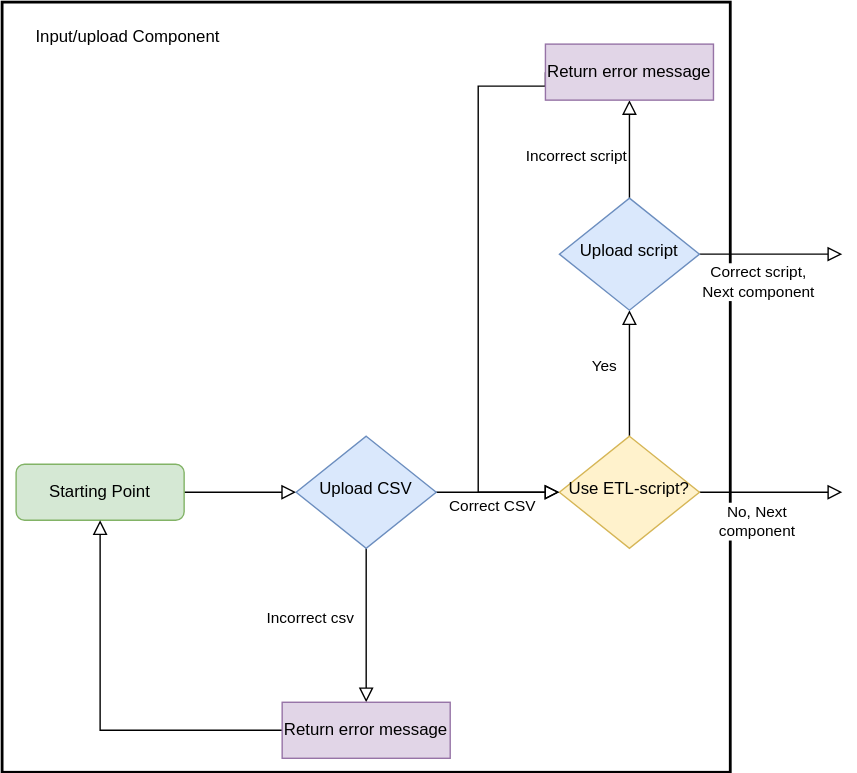
This is docs/img/ImportComponent.svg from pldn/LDWizard-old, a draw.io export, as it was before one commit. Source tidied: cells renumbered, new cells last; positions are measured from the earlier drawing's top-left corner, leaving out a move shared by most shapes.
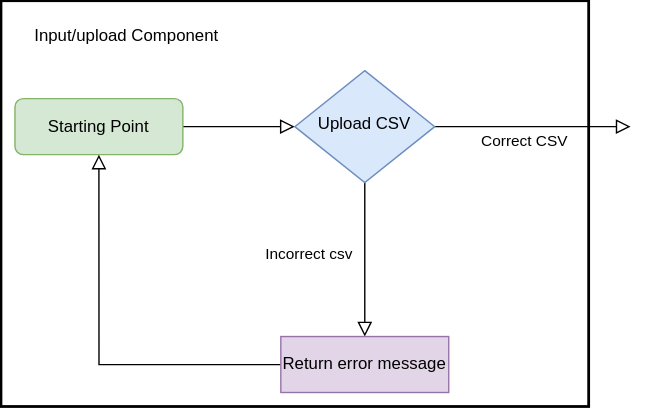
After the change.

Change to the diagram source:
```diff
@@ -3,7 +3,7 @@
     <mxCell id="0" />
     <mxCell id="1" parent="0" />
     <mxCell id="2" style="rounded=0;whiteSpace=wrap;html=1;strokeWidth=2;" parent="1" vertex="1">
-      <mxGeometry width="520" height="550" as="geometry" />
+      <mxGeometry y="260" width="420" height="290" as="geometry" />
     </mxCell>
     <mxCell id="3" style="rounded=0;html=1;jettySize=auto;fontSize=11;endArrow=block;endFill=0;endSize=8;strokeWidth=1;shadow=0;labelBackgroundColor=none;edgeStyle=orthogonalEdgeStyle;" parent="1" edge="1" source="4" target="7">
       <mxGeometry relative="1" as="geometry" />
@@ -11,8 +11,10 @@
     <mxCell id="4" value="Starting Point" style="rounded=1;whiteSpace=wrap;html=1;fontSize=12;glass=0;strokeWidth=1;shadow=0;fillColor=#d5e8d4;strokeColor=#82b366;" parent="1" vertex="1">
       <mxGeometry x="10" y="330" width="120" height="40" as="geometry" />
     </mxCell>
-    <mxCell id="5" value="Correct CSV" style="rounded=0;html=1;jettySize=auto;fontSize=11;endArrow=block;endFill=0;endSize=8;strokeWidth=1;shadow=0;labelBackgroundColor=none;edgeStyle=orthogonalEdgeStyle;" parent="1" edge="1" source="7" target="13">
-      <mxGeometry x="-0.09" y="-10" relative="1" as="geometry" />
+    <mxCell id="5" value="Correct CSV" style="rounded=0;html=1;jettySize=auto;fontSize=11;endArrow=block;endFill=0;endSize=8;strokeWidth=1;shadow=0;labelBackgroundColor=none;edgeStyle=orthogonalEdgeStyle;" parent="1" edge="1" source="7">
+      <mxGeometry x="-0.09" y="-10" relative="1" as="geometry">
+        <mxPoint x="450" y="350" as="targetPoint" />
+      </mxGeometry>
     </mxCell>
     <mxCell id="6" value="Incorrect csv" style="edgeStyle=orthogonalEdgeStyle;rounded=0;html=1;jettySize=auto;fontSize=11;endArrow=block;endFill=0;endSize=8;strokeWidth=1;shadow=0;labelBackgroundColor=none;" parent="1" edge="1" source="7" target="9">
       <mxGeometry x="-0.09" y="-40" relative="1" as="geometry" />
@@ -30,47 +32,8 @@
     <mxCell id="9" value="Return error message" style="rounded=0;whiteSpace=wrap;html=1;fontSize=12;glass=0;strokeWidth=1;shadow=0;fillColor=#e1d5e7;strokeColor=#9673a6;" parent="1" vertex="1">
       <mxGeometry x="200" y="500" width="120" height="40" as="geometry" />
     </mxCell>
-    <mxCell id="10" value="Yes" style="edgeStyle=orthogonalEdgeStyle;rounded=0;html=1;jettySize=auto;fontSize=11;endArrow=block;endFill=0;endSize=8;strokeWidth=1;shadow=0;labelBackgroundColor=none;entryX=0.5;entryY=1;entryDx=0;entryDy=0;" parent="1" edge="1" source="13" target="16">
-      <mxGeometry x="0.11" y="18" relative="1" as="geometry" />
+    <mxCell id="10" value="Input/upload Component" style="text;html=1;strokeColor=none;fillColor=none;align=center;verticalAlign=middle;whiteSpace=wrap;rounded=0;" parent="1" vertex="1">
+      <mxGeometry x="10" y="270" width="160" height="30" as="geometry" />
     </mxCell>
-    <mxCell id="11" style="edgeStyle=orthogonalEdgeStyle;rounded=0;jettySize=auto;html=1;exitX=1;exitY=0.5;exitDx=0;exitDy=0;endArrow=block;endFill=0;endSize=8;" parent="1" edge="1" source="13">
-      <mxGeometry relative="1" as="geometry">
-        <mxPoint x="600" y="350" as="targetPoint" />
-      </mxGeometry>
-    </mxCell>
-    <mxCell id="12" value="No, Next &lt;br&gt;&lt;div&gt;component&lt;/div&gt;" style="edgeLabel;html=1;align=center;verticalAlign=middle;" parent="11" vertex="1">
-      <mxGeometry x="-0.22" y="2" relative="1" as="geometry">
-        <mxPoint y="22" as="offset" />
-      </mxGeometry>
-    </mxCell>
-    <mxCell id="13" value="Use ETL-script?" style="rhombus;whiteSpace=wrap;html=1;shadow=0;fontFamily=Helvetica;fontSize=12;align=center;strokeWidth=1;spacing=6;spacingTop=-4;fillColor=#fff2cc;strokeColor=#d6b656;" parent="1" vertex="1">
-      <mxGeometry x="398" y="310" width="100" height="80" as="geometry" />
-    </mxCell>
-    <mxCell id="14" value="Incorrect script" style="edgeStyle=orthogonalEdgeStyle;rounded=0;html=1;jettySize=auto;fontSize=11;endArrow=block;endFill=0;endSize=8;strokeWidth=1;shadow=0;labelBackgroundColor=none;" parent="1" edge="1" source="16" target="18">
-      <mxGeometry x="-0.14" y="38" relative="1" as="geometry" />
-    </mxCell>
-    <mxCell id="15" value="Correct script,&lt;br&gt;Next component" style="edgeStyle=orthogonalEdgeStyle;rounded=0;jettySize=auto;html=1;exitX=1;exitY=0.5;exitDx=0;exitDy=0;endArrow=block;endFill=0;endSize=8;" parent="1" edge="1" source="16">
-      <mxGeometry x="-0.18" y="-20" relative="1" as="geometry">
-        <mxPoint x="600" y="180" as="targetPoint" />
-      </mxGeometry>
-    </mxCell>
-    <mxCell id="16" value="Upload script" style="rhombus;whiteSpace=wrap;html=1;shadow=0;fontFamily=Helvetica;fontSize=12;align=center;strokeWidth=1;spacing=6;spacingTop=-4;fillColor=#dae8fc;strokeColor=#6c8ebf;" parent="1" vertex="1">
-      <mxGeometry x="398" y="140" width="100" height="80" as="geometry" />
-    </mxCell>
-    <mxCell id="17" style="edgeStyle=orthogonalEdgeStyle;rounded=0;jettySize=auto;html=1;exitX=0;exitY=0.5;exitDx=0;exitDy=0;entryX=0;entryY=0.5;entryDx=0;entryDy=0;endArrow=block;endFill=0;shadow=0;strokeWidth=1;labelBackgroundColor=none;endSize=8;" parent="1" edge="1" source="18" target="13">
-      <mxGeometry relative="1" as="geometry">
-        <Array as="points">
-          <mxPoint x="388" y="60" />
-          <mxPoint x="340" y="60" />
-          <mxPoint x="340" y="350" />
-        </Array>
-      </mxGeometry>
-    </mxCell>
-    <mxCell id="18" value="Return error message" style="rounded=0;whiteSpace=wrap;html=1;fontSize=12;glass=0;strokeWidth=1;shadow=0;fillColor=#e1d5e7;strokeColor=#9673a6;" parent="1" vertex="1">
-      <mxGeometry x="388" y="30" width="120" height="40" as="geometry" />
-    </mxCell>
-    <mxCell id="19" value="Input/upload Component" style="text;html=1;strokeColor=none;fillColor=none;align=center;verticalAlign=middle;whiteSpace=wrap;rounded=0;" parent="1" vertex="1">
-      <mxGeometry x="10" y="10" width="160" height="30" as="geometry" />
-    </mxCell>
   </root>
 </mxGraphModel>
```
